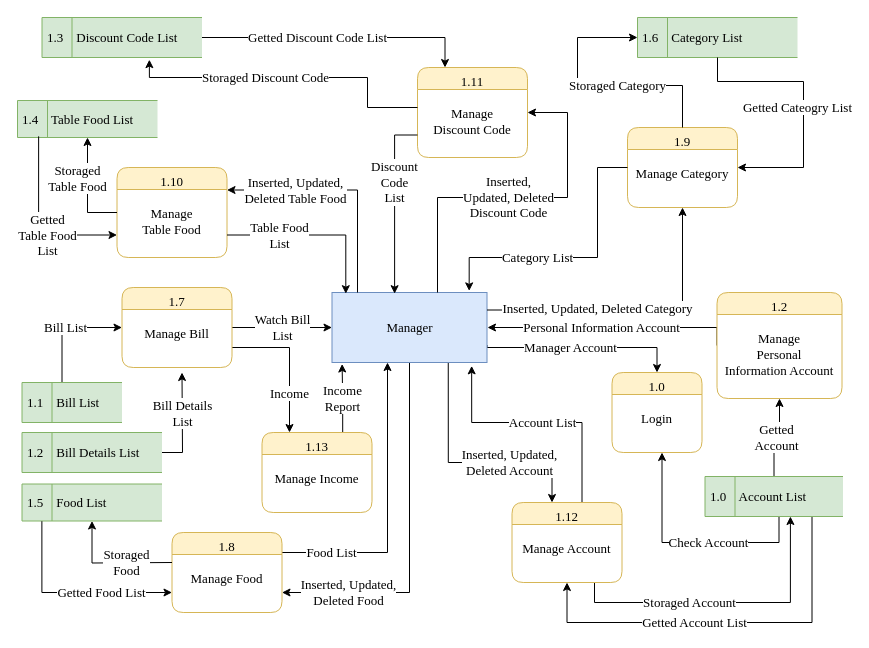
Before: page "Level 1 - Manager" (5 of 9) of document/diagram/dfd.drawio in daomtthuan/do-an, a draw.io diagram. Source tidied: cells renumbered, new cells numbered last; positions are measured from the earlier drawing's top-left corner, leaving out a move shared by most shapes. Both pictures are drawn from the tidied source at 100%, with x=0, y=0 at pixel (17, 17).
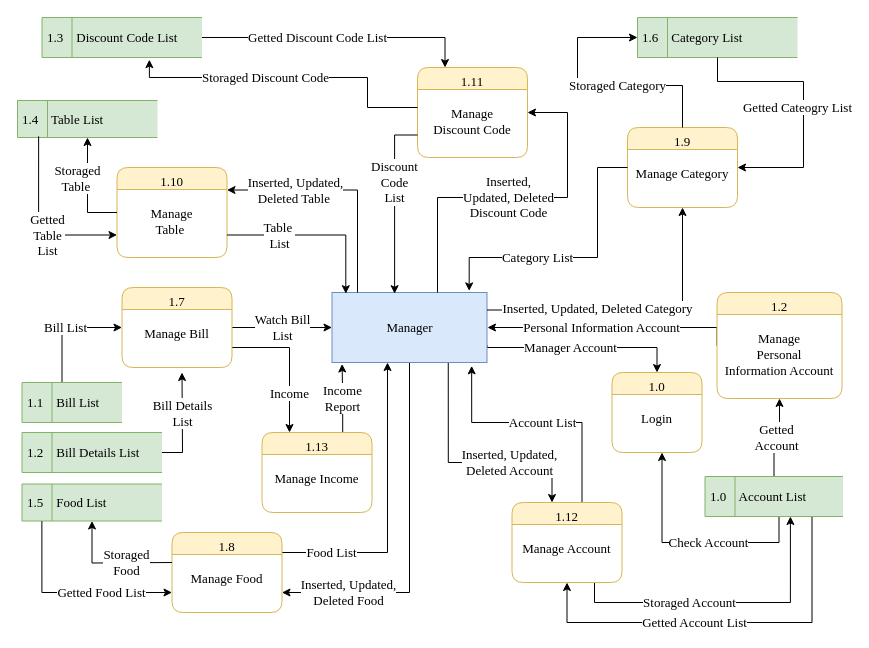
The same diagram, later.

The change refers to these unchanged cells:
```xml
<mxCell id="6" value="&lt;span style=&quot;font-size: 13px&quot;&gt;&lt;span style=&quot;font-size: 13px&quot;&gt;Manager&lt;/span&gt;&lt;/span&gt;" style="html=1;dashed=0;whitespace=wrap;strokeWidth=1;fillColor=#dae8fc;strokeColor=#6c8ebf;fontFamily=Times New Roman;fontSize=13;" parent="1" vertex="1">
  <mxGeometry x="314.5" y="275" width="155" height="70" as="geometry" />
</mxCell>
```

The edit, as a diff of the source:
```diff
@@
-    <mxCell id="28" value="1.10&#10;&#10;Manage&#10;Table Food" style="swimlane;fontStyle=0;horizontal=1;startSize=22;fillColor=#fff2cc;swimlaneFillColor=#ffffff;rounded=1;strokeWidth=1;verticalAlign=top;arcSize=17;labelPosition=center;verticalLabelPosition=middle;align=center;fontFamily=Times New Roman;strokeColor=#d6b656;fontSize=13;" parent="1" vertex="1">
+    <mxCell id="28" value="1.10&#10;&#10;Manage&#10;Table " style="swimlane;fontStyle=0;horizontal=1;startSize=22;fillColor=#fff2cc;swimlaneFillColor=#ffffff;rounded=1;strokeWidth=1;verticalAlign=top;arcSize=17;labelPosition=center;verticalLabelPosition=middle;align=center;fontFamily=Times New Roman;strokeColor=#d6b656;fontSize=13;" parent="1" vertex="1">
       <mxGeometry x="99.5" y="150" width="110" height="90" as="geometry" />
     </mxCell>
@@
-    <mxCell id="35" value="1.4&amp;nbsp; &amp;nbsp; Table Food List" style="html=1;dashed=0;whitespace=wrap;shape=mxgraph.dfd.dataStoreID;align=left;spacingLeft=3;points=[[0,0],[0.5,0],[1,0],[0,0.5],[1,0.5],[0,1],[0.5,1],[1,1]];fillColor=#d5e8d4;strokeColor=#82b366;fontFamily=Times New Roman;fontSize=13;" parent="1" vertex="1">
+    <mxCell id="35" value="1.4&amp;nbsp; &amp;nbsp; Table List" style="html=1;dashed=0;whitespace=wrap;shape=mxgraph.dfd.dataStoreID;align=left;spacingLeft=3;points=[[0,0],[0.5,0],[1,0],[0,0.5],[1,0.5],[0,1],[0.5,1],[1,1]];fillColor=#d5e8d4;strokeColor=#82b366;fontFamily=Times New Roman;fontSize=13;" parent="1" vertex="1">
       <mxGeometry y="83" width="140" height="37" as="geometry" />
     </mxCell>
-    <mxCell id="36" value="Inserted, Updated,&lt;br style=&quot;font-size: 13px;&quot;&gt;Deleted Table Food" style="edgeStyle=orthogonalEdgeStyle;rounded=0;jettySize=auto;html=1;entryX=1;entryY=0.25;entryDx=0;entryDy=0;fontFamily=Times New Roman;fontSize=13;" parent="1" edge="1" target="28">
+    <mxCell id="36" value="Inserted, Updated,&lt;br style=&quot;font-size: 13px&quot;&gt;Deleted Table&amp;nbsp;" style="edgeStyle=orthogonalEdgeStyle;rounded=0;jettySize=auto;html=1;entryX=1;entryY=0.25;entryDx=0;entryDy=0;fontFamily=Times New Roman;fontSize=13;" parent="1" edge="1" target="28">
       <mxGeometry x="0.42" relative="1" as="geometry">
         <mxPoint x="340" y="275" as="sourcePoint" />
         <Array as="points">
           <mxPoint x="340" y="172" />
         </Array>
       </mxGeometry>
     </mxCell>
-    <mxCell id="37" value="Table Food&lt;br style=&quot;font-size: 13px;&quot;&gt;List" style="edgeStyle=orthogonalEdgeStyle;rounded=0;jettySize=auto;html=1;exitX=1;exitY=0.75;exitDx=0;exitDy=0;entryX=0.089;entryY=0.017;entryDx=0;entryDy=0;entryPerimeter=0;fontFamily=Times New Roman;fontSize=13;" parent="1" edge="1" source="28" target="6">
+    <mxCell id="37" value="Table&amp;nbsp;&lt;br style=&quot;font-size: 13px&quot;&gt;List" style="edgeStyle=orthogonalEdgeStyle;rounded=0;jettySize=auto;html=1;exitX=1;exitY=0.75;exitDx=0;exitDy=0;entryX=0.089;entryY=0.017;entryDx=0;entryDy=0;entryPerimeter=0;fontFamily=Times New Roman;fontSize=13;" parent="1" edge="1" source="28" target="6">
       <mxGeometry x="-0.41" relative="1" as="geometry" />
     </mxCell>
-    <mxCell id="38" value="Getted&lt;br style=&quot;font-size: 13px;&quot;&gt;Table Food&lt;br style=&quot;font-size: 13px;&quot;&gt;List" style="edgeStyle=orthogonalEdgeStyle;rounded=0;jettySize=auto;html=1;exitX=0.151;exitY=0.969;exitDx=0;exitDy=0;exitPerimeter=0;entryX=0;entryY=0.75;entryDx=0;entryDy=0;fontFamily=Times New Roman;fontSize=13;" parent="1" edge="1" source="35" target="28">
+    <mxCell id="38" value="Getted&lt;br style=&quot;font-size: 13px&quot;&gt;Table&lt;br style=&quot;font-size: 13px&quot;&gt;List" style="edgeStyle=orthogonalEdgeStyle;rounded=0;jettySize=auto;html=1;exitX=0.151;exitY=0.969;exitDx=0;exitDy=0;exitPerimeter=0;entryX=0;entryY=0.75;entryDx=0;entryDy=0;fontFamily=Times New Roman;fontSize=13;" parent="1" edge="1" source="35" target="28">
       <mxGeometry x="0.1" y="9" relative="1" as="geometry">
         <Array as="points">
           <mxPoint x="41.5" y="219" />
         </Array>
       </mxGeometry>
     </mxCell>
-    <mxCell id="39" value="Storaged&lt;br style=&quot;font-size: 13px;&quot;&gt;Table Food" style="edgeStyle=orthogonalEdgeStyle;rounded=0;jettySize=auto;html=1;entryX=0.5;entryY=1;entryDx=0;entryDy=0;exitX=0;exitY=0.5;exitDx=0;exitDy=0;fontFamily=Times New Roman;fontSize=13;" parent="1" edge="1" source="28" target="35">
+    <mxCell id="39" value="Storaged&lt;br style=&quot;font-size: 13px&quot;&gt;Table&amp;nbsp;" style="edgeStyle=orthogonalEdgeStyle;rounded=0;jettySize=auto;html=1;entryX=0.5;entryY=1;entryDx=0;entryDy=0;exitX=0;exitY=0.5;exitDx=0;exitDy=0;fontFamily=Times New Roman;fontSize=13;" parent="1" edge="1" source="28" target="35">
       <mxGeometry x="0.23" y="10" relative="1" as="geometry" />
     </mxCell>
```
